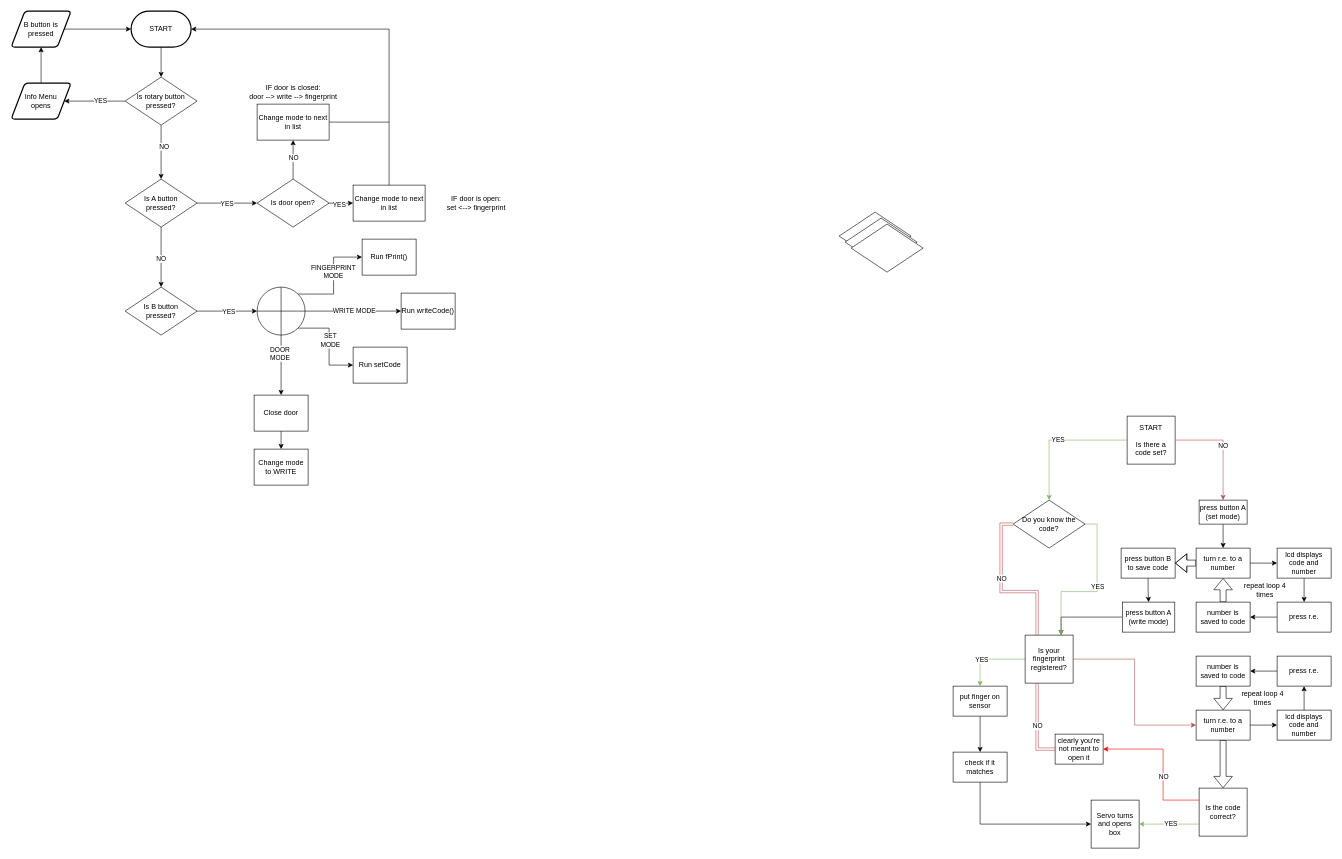
Earlier version of the draw.io diagram Untitled Diagram.drawio (jvaugha3038/Capstone_project). Source tidied: cells renumbered, new cells numbered last; positions are measured from the earlier drawing's top-left corner, leaving out a move shared by most shapes. Both pictures are drawn from the tidied source at 60%, with x=0, y=0 at pixel (11, 11).
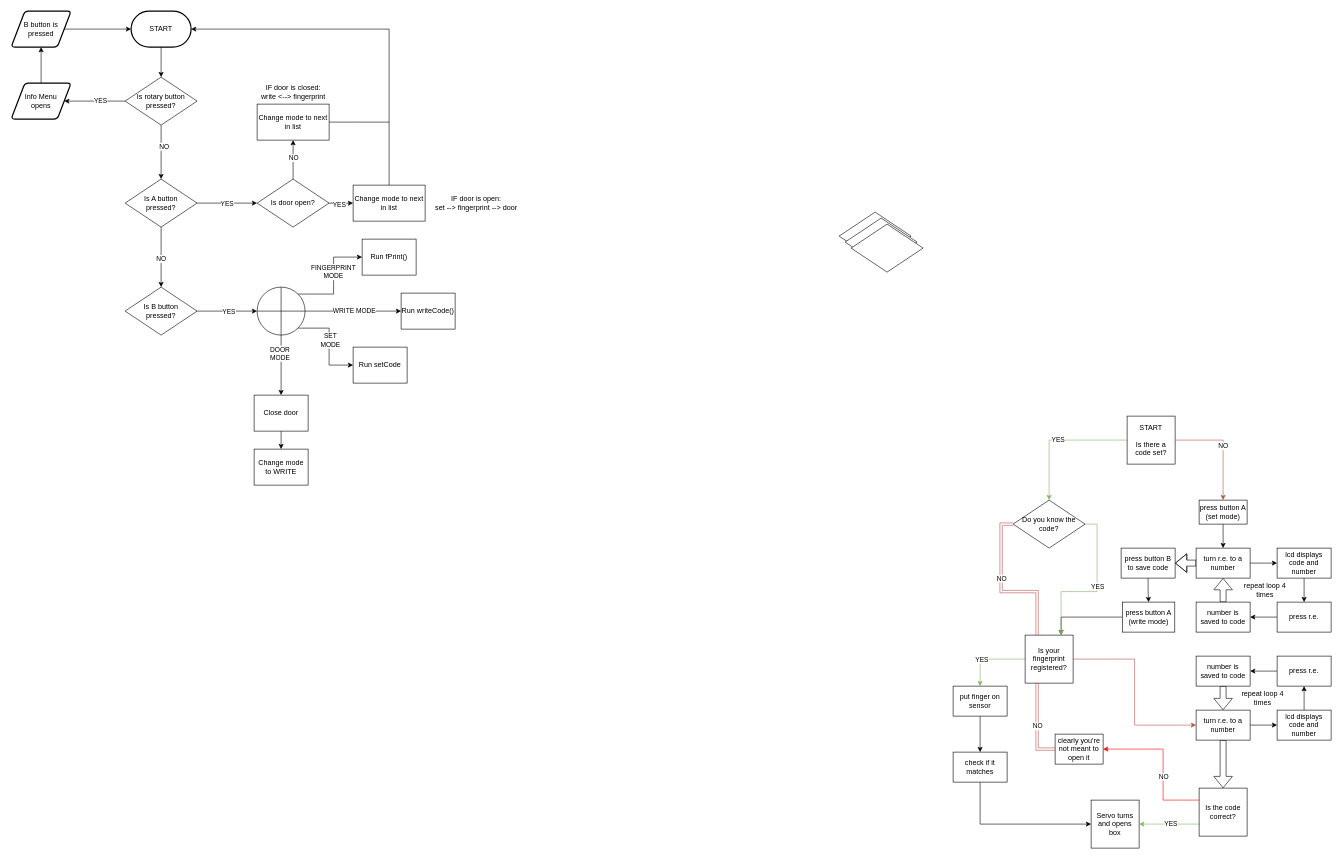
The same diagram, later.

Change to the diagram source:
```diff
@@
-    <mxCell id="82" value="&lt;div&gt;IF door is open:&lt;/div&gt;set &amp;lt;--&amp;gt; fingerprint" style="text;html=1;align=center;verticalAlign=middle;strokeColor=none;fillColor=none;" parent="1" vertex="1">
-      <mxGeometry x="715" y="300" width="120" height="40" as="geometry" />
+    <mxCell id="82" value="&lt;div&gt;IF door is open:&lt;/div&gt;set --&amp;gt; fingerprint --&amp;gt; door" style="text;html=1;align=center;verticalAlign=middle;strokeColor=none;fillColor=none;" parent="1" vertex="1">
+      <mxGeometry x="695" y="300" width="160" height="40" as="geometry" />
     </mxCell>
@@
-    <mxCell id="97" value="IF door is closed:&lt;div&gt;door --&amp;gt; write --&amp;gt; fingerprint&lt;/div&gt;" style="text;html=1;align=center;verticalAlign=middle;strokeColor=none;fillColor=none;" parent="1" vertex="1">
-      <mxGeometry x="385" y="115" width="170" height="40" as="geometry" />
+    <mxCell id="97" value="IF door is closed:&lt;div&gt;write &amp;lt;--&amp;gt; fingerprint&lt;/div&gt;" style="text;html=1;align=center;verticalAlign=middle;strokeColor=none;fillColor=none;" parent="1" vertex="1">
+      <mxGeometry x="405" y="115" width="130" height="40" as="geometry" />
     </mxCell>
```
